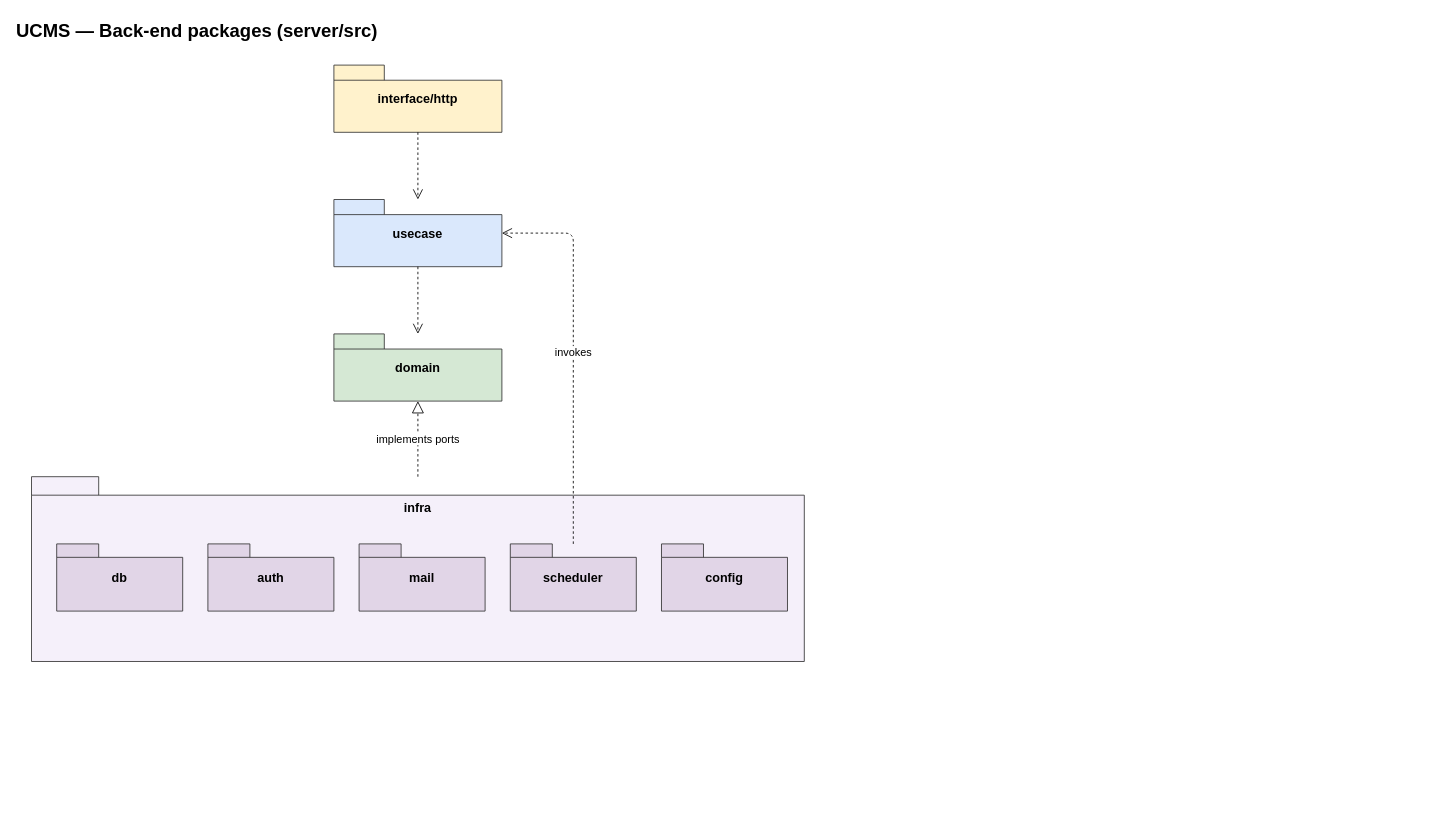
nvdekay/ClubManagementSystem keeps this draw.io diagram as page "Back-end packages" (2 of 2) of docs/03-diagrams/UCMS_Package_Diagrams.drawio. Above is the earlier version. Source tidied: cells renumbered, new cells numbered last; positions are measured from the earlier drawing's top-left corner, leaving out a move shared by most shapes. Both pictures are drawn from the tidied source at 84%, with x=0, y=0 at pixel (14, 14).
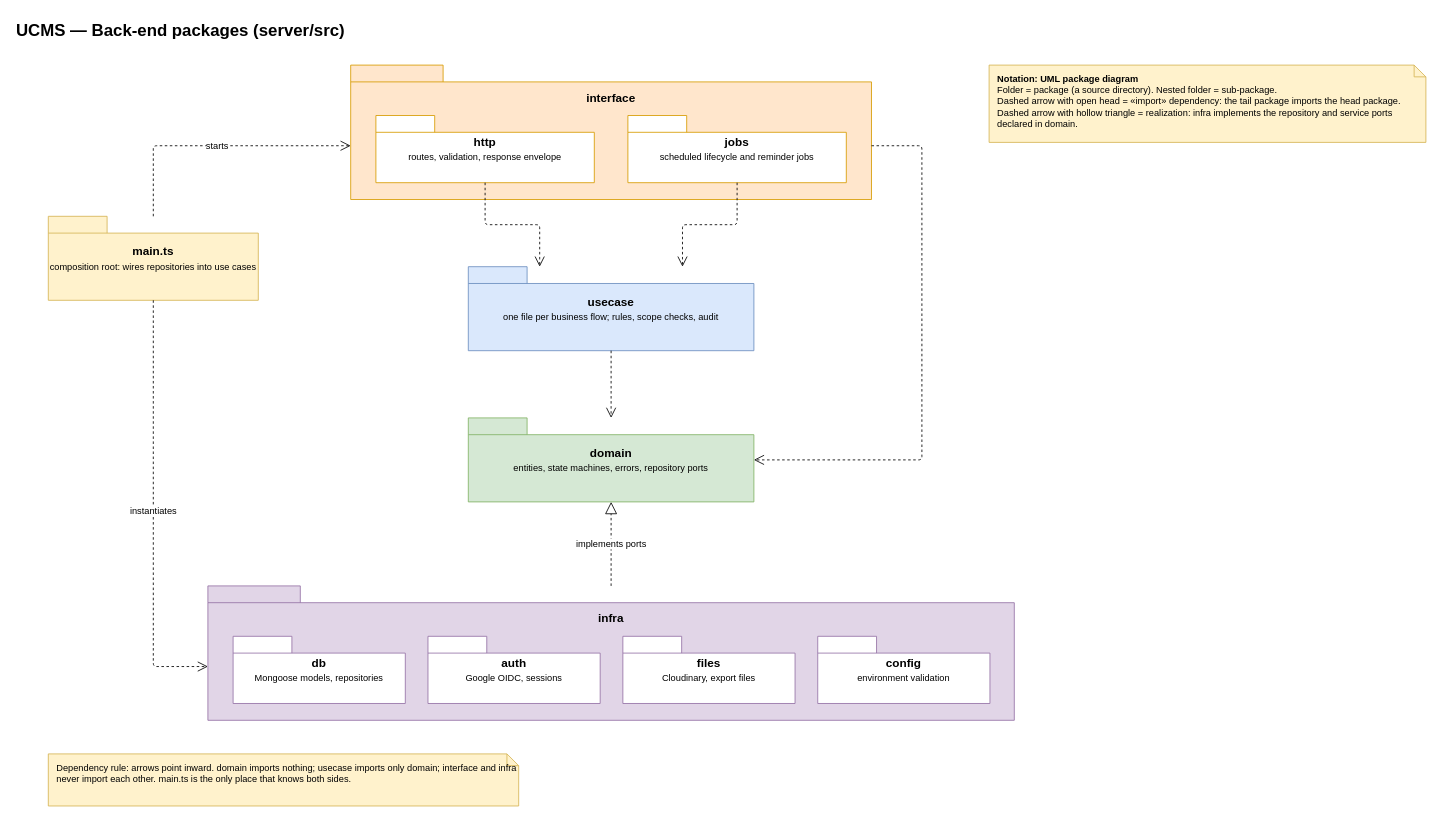
Above is the later version.

What changed in the source:
```diff
@@
-    <mxCell id="2" value="UCMS — Back-end packages (server/src)" style="text;html=1;fontSize=22;fontStyle=1;align=left;verticalAlign=middle;" parent="1" vertex="1">
-      <mxGeometry width="600" height="40" as="geometry" />
+    <mxCell id="2" value="UCMS — Back-end packages (server/src)" style="text;html=1;strokeColor=none;fillColor=none;align=left;verticalAlign=middle;fontSize=20;fontStyle=1;" parent="1" vertex="1">
+      <mxGeometry width="900" height="36" as="geometry" />
     </mxCell>
-    <mxCell id="3" value="interface/http" style="shape=folder;tabWidth=60;tabHeight=18;tabPosition=left;html=1;whiteSpace=wrap;fontSize=15;fontStyle=1;fillColor=#fff2cc;strokeColor=#333333;" parent="1" vertex="1">
-      <mxGeometry x="380" y="60" width="200" height="80" as="geometry" />
-    </mxCell>
-    <mxCell id="4" value="usecase" style="shape=folder;tabWidth=60;tabHeight=18;tabPosition=left;html=1;whiteSpace=wrap;fontSize=15;fontStyle=1;fillColor=#dae8fc;strokeColor=#333333;" parent="1" vertex="1">
-      <mxGeometry x="380" y="220" width="200" height="80" as="geometry" />
-    </mxCell>
-    <mxCell id="5" value="domain" style="shape=folder;tabWidth=60;tabHeight=18;tabPosition=left;html=1;whiteSpace=wrap;fontSize=15;fontStyle=1;fillColor=#d5e8d4;strokeColor=#333333;" parent="1" vertex="1">
-      <mxGeometry x="380" y="380" width="200" height="80" as="geometry" />
-    </mxCell>
+    <mxCell id="16" value="main.ts&lt;br&gt;&lt;span style=&quot;font-weight:normal;font-size:11px&quot;&gt;composition root: wires repositories into use cases&lt;/span&gt;" style="shape=folder;tabWidth=70;tabHeight=20;tabPosition=left;whiteSpace=wrap;html=1;fontStyle=1;fontSize=14;fillColor=#fff2cc;strokeColor=#d6b656;" parent="1" vertex="1">
+      <mxGeometry x="40" y="240" width="250" height="100" as="geometry" />
+    </mxCell>
+    <mxCell id="17" value="interface" style="shape=folder;tabWidth=110;tabHeight=20;tabPosition=left;whiteSpace=wrap;html=1;fontStyle=1;fontSize=14;fillColor=#ffe6cc;strokeColor=#d79b00;verticalAlign=top;spacingTop=24;" parent="1" vertex="1">
+      <mxGeometry x="400" y="60" width="620" height="160" as="geometry" />
+    </mxCell>
+    <mxCell id="18" value="http&lt;br&gt;&lt;span style=&quot;font-weight:normal;font-size:11px&quot;&gt;routes, validation, response envelope&lt;/span&gt;" style="shape=folder;tabWidth=70;tabHeight=20;tabPosition=left;whiteSpace=wrap;html=1;fontStyle=1;fontSize=14;fillColor=#ffffff;strokeColor=#d79b00;" parent="1" vertex="1">
+      <mxGeometry x="430" y="120" width="260" height="80" as="geometry" />
+    </mxCell>
+    <mxCell id="19" value="jobs&lt;br&gt;&lt;span style=&quot;font-weight:normal;font-size:11px&quot;&gt;scheduled lifecycle and reminder jobs&lt;/span&gt;" style="shape=folder;tabWidth=70;tabHeight=20;tabPosition=left;whiteSpace=wrap;html=1;fontStyle=1;fontSize=14;fillColor=#ffffff;strokeColor=#d79b00;" parent="1" vertex="1">
+      <mxGeometry x="730" y="120" width="260" height="80" as="geometry" />
+    </mxCell>
+    <mxCell id="20" value="usecase&lt;br&gt;&lt;span style=&quot;font-weight:normal;font-size:11px&quot;&gt;one file per business flow; rules, scope checks, audit&lt;/span&gt;" style="shape=folder;tabWidth=70;tabHeight=20;tabPosition=left;whiteSpace=wrap;html=1;fontStyle=1;fontSize=14;fillColor=#dae8fc;strokeColor=#6c8ebf;" parent="1" vertex="1">
+      <mxGeometry x="540" y="300" width="340" height="100" as="geometry" />
+    </mxCell>
+    <mxCell id="21" value="domain&lt;br&gt;&lt;span style=&quot;font-weight:normal;font-size:11px&quot;&gt;entities, state machines, errors, repository ports&lt;/span&gt;" style="shape=folder;tabWidth=70;tabHeight=20;tabPosition=left;whiteSpace=wrap;html=1;fontStyle=1;fontSize=14;fillColor=#d5e8d4;strokeColor=#82b366;" parent="1" vertex="1">
+      <mxGeometry x="540" y="480" width="340" height="100" as="geometry" />
+    </mxCell>
-    <mxCell id="6" value="infra" style="shape=folder;tabWidth=80;tabHeight=22;tabPosition=left;html=1;whiteSpace=wrap;fontSize=15;fontStyle=1;verticalAlign=top;spacingTop=22;fillColor=#f5f0fa;strokeColor=#333333;" parent="1" vertex="1">
-      <mxGeometry x="20" y="550" width="920" height="220" as="geometry" />
+    <mxCell id="6" value="infra" style="shape=folder;tabWidth=110;tabHeight=20;tabPosition=left;whiteSpace=wrap;html=1;fontStyle=1;fontSize=14;fillColor=#e1d5e7;strokeColor=#9673a6;verticalAlign=top;spacingTop=24;" parent="1" vertex="1">
+      <mxGeometry x="230" y="680" width="960" height="160" as="geometry" />
     </mxCell>
-    <mxCell id="7" value="db" style="shape=folder;tabWidth=50;tabHeight=16;tabPosition=left;html=1;whiteSpace=wrap;fontSize=15;fontStyle=1;fillColor=#e1d5e7;strokeColor=#333333;" parent="1" vertex="1">
-      <mxGeometry x="50" y="630" width="150" height="80" as="geometry" />
-    </mxCell>
-    <mxCell id="8" value="auth" style="shape=folder;tabWidth=50;tabHeight=16;tabPosition=left;html=1;whiteSpace=wrap;fontSize=15;fontStyle=1;fillColor=#e1d5e7;strokeColor=#333333;" parent="1" vertex="1">
-      <mxGeometry x="230" y="630" width="150" height="80" as="geometry" />
-    </mxCell>
-    <mxCell id="9" value="mail" style="shape=folder;tabWidth=50;tabHeight=16;tabPosition=left;html=1;whiteSpace=wrap;fontSize=15;fontStyle=1;fillColor=#e1d5e7;strokeColor=#333333;" parent="1" vertex="1">
-      <mxGeometry x="410" y="630" width="150" height="80" as="geometry" />
-    </mxCell>
-    <mxCell id="10" value="scheduler" style="shape=folder;tabWidth=50;tabHeight=16;tabPosition=left;html=1;whiteSpace=wrap;fontSize=15;fontStyle=1;fillColor=#e1d5e7;strokeColor=#333333;" parent="1" vertex="1">
-      <mxGeometry x="590" y="630" width="150" height="80" as="geometry" />
-    </mxCell>
-    <mxCell id="11" value="config" style="shape=folder;tabWidth=50;tabHeight=16;tabPosition=left;html=1;whiteSpace=wrap;fontSize=15;fontStyle=1;fillColor=#e1d5e7;strokeColor=#333333;" parent="1" vertex="1">
-      <mxGeometry x="770" y="630" width="150" height="80" as="geometry" />
-    </mxCell>
-    <mxCell id="12" style="dashed=1;endArrow=open;endSize=10;html=1;" parent="1" edge="1" source="3" target="4">
-      <mxGeometry relative="1" as="geometry" />
-    </mxCell>
-    <mxCell id="13" style="dashed=1;endArrow=open;endSize=10;html=1;" parent="1" edge="1" source="4" target="5">
-      <mxGeometry relative="1" as="geometry" />
-    </mxCell>
+    <mxCell id="22" value="db&lt;br&gt;&lt;span style=&quot;font-weight:normal;font-size:11px&quot;&gt;Mongoose models, repositories&lt;/span&gt;" style="shape=folder;tabWidth=70;tabHeight=20;tabPosition=left;whiteSpace=wrap;html=1;fontStyle=1;fontSize=14;fillColor=#ffffff;strokeColor=#9673a6;" parent="1" vertex="1">
+      <mxGeometry x="260" y="740" width="205" height="80" as="geometry" />
+    </mxCell>
+    <mxCell id="23" value="auth&lt;br&gt;&lt;span style=&quot;font-weight:normal;font-size:11px&quot;&gt;Google OIDC, sessions&lt;/span&gt;" style="shape=folder;tabWidth=70;tabHeight=20;tabPosition=left;whiteSpace=wrap;html=1;fontStyle=1;fontSize=14;fillColor=#ffffff;strokeColor=#9673a6;" parent="1" vertex="1">
+      <mxGeometry x="492" y="740" width="205" height="80" as="geometry" />
+    </mxCell>
+    <mxCell id="24" value="files&lt;br&gt;&lt;span style=&quot;font-weight:normal;font-size:11px&quot;&gt;Cloudinary, export files&lt;/span&gt;" style="shape=folder;tabWidth=70;tabHeight=20;tabPosition=left;whiteSpace=wrap;html=1;fontStyle=1;fontSize=14;fillColor=#ffffff;strokeColor=#9673a6;" parent="1" vertex="1">
+      <mxGeometry x="724" y="740" width="205" height="80" as="geometry" />
+    </mxCell>
+    <mxCell id="25" value="config&lt;br&gt;&lt;span style=&quot;font-weight:normal;font-size:11px&quot;&gt;environment validation&lt;/span&gt;" style="shape=folder;tabWidth=70;tabHeight=20;tabPosition=left;whiteSpace=wrap;html=1;fontStyle=1;fontSize=14;fillColor=#ffffff;strokeColor=#9673a6;" parent="1" vertex="1">
+      <mxGeometry x="956" y="740" width="205" height="80" as="geometry" />
+    </mxCell>
+    <mxCell id="26" style="html=1;rounded=1;arcSize=8;fontSize=11;labelBackgroundColor=#ffffff;dashed=1;endArrow=open;endSize=10;edgeStyle=orthogonalEdgeStyle;exitX=0.5;exitY=1;entryX=0.25;entryY=0;" parent="1" edge="1" source="18" target="20">
+      <mxGeometry relative="1" as="geometry" />
+    </mxCell>
+    <mxCell id="27" style="html=1;rounded=1;arcSize=8;fontSize=11;labelBackgroundColor=#ffffff;dashed=1;endArrow=open;endSize=10;edgeStyle=orthogonalEdgeStyle;exitX=0.5;exitY=1;entryX=0.75;entryY=0;" parent="1" edge="1" source="19" target="20">
+      <mxGeometry relative="1" as="geometry" />
+    </mxCell>
+    <mxCell id="28" style="html=1;rounded=1;arcSize=8;fontSize=11;labelBackgroundColor=#ffffff;dashed=1;endArrow=open;endSize=10;edgeStyle=orthogonalEdgeStyle;exitX=0.5;exitY=1;entryX=0.5;entryY=0;" parent="1" edge="1" source="20" target="21">
+      <mxGeometry relative="1" as="geometry" />
+    </mxCell>
-    <mxCell id="14" value="implements ports" style="dashed=1;endArrow=block;endFill=0;endSize=12;html=1;fontSize=13;labelBackgroundColor=#ffffff;" parent="1" edge="1" source="6" target="5">
+    <mxCell id="14" value="implements ports" style="html=1;rounded=1;arcSize=8;fontSize=11;labelBackgroundColor=#ffffff;dashed=1;endArrow=block;endFill=0;endSize=12;edgeStyle=orthogonalEdgeStyle;exitX=0.5;exitY=0;entryX=0.5;entryY=1;" parent="1" edge="1" source="6" target="21">
       <mxGeometry relative="1" as="geometry" />
     </mxCell>
-    <mxCell id="15" value="invokes" style="dashed=1;endArrow=open;endSize=10;html=1;fontSize=13;labelBackgroundColor=#ffffff;edgeStyle=orthogonalEdgeStyle;" parent="1" edge="1" source="10" target="4">
-      <mxGeometry relative="1" as="geometry">
-        <Array as="points">
-          <mxPoint x="665" y="260" />
-        </Array>
-      </mxGeometry>
-    </mxCell>
+    <mxCell id="29" style="html=1;rounded=1;arcSize=8;fontSize=11;labelBackgroundColor=#ffffff;dashed=1;endArrow=open;endSize=10;edgeStyle=orthogonalEdgeStyle;exitX=1;exitY=0.6;entryX=1;entryY=0.5;" parent="1" edge="1" source="17" target="21">
+      <mxGeometry relative="1" as="geometry">
+        <Array as="points">
+          <mxPoint x="1080" y="156" />
+          <mxPoint x="1080" y="530" />
+        </Array>
+      </mxGeometry>
+    </mxCell>
+    <mxCell id="30" value="starts" style="html=1;rounded=1;arcSize=8;fontSize=11;labelBackgroundColor=#ffffff;dashed=1;endArrow=open;endSize=10;edgeStyle=orthogonalEdgeStyle;exitX=0.5;exitY=0;entryX=0;entryY=0.6;" parent="1" edge="1" source="16" target="17">
+      <mxGeometry relative="1" as="geometry">
+        <Array as="points">
+          <mxPoint x="165" y="156" />
+        </Array>
+      </mxGeometry>
+    </mxCell>
+    <mxCell id="31" value="instantiates" style="html=1;rounded=1;arcSize=8;fontSize=11;labelBackgroundColor=#ffffff;dashed=1;endArrow=open;endSize=10;edgeStyle=orthogonalEdgeStyle;exitX=0.5;exitY=1;entryX=0;entryY=0.6;" parent="1" edge="1" source="16" target="6">
+      <mxGeometry relative="1" as="geometry">
+        <Array as="points">
+          <mxPoint x="165" y="776" />
+        </Array>
+      </mxGeometry>
+    </mxCell>
+    <mxCell id="32" value="Dependency rule: arrows point inward. domain imports nothing; usecase imports only domain; interface and infra never import each other. main.ts is the only place that knows both sides." style="shape=note;size=14;whiteSpace=wrap;html=1;align=left;verticalAlign=top;spacingLeft=8;spacingTop=4;fontSize=11;fillColor=#fff2cc;strokeColor=#d6b656;" parent="1" vertex="1">
+      <mxGeometry x="40" y="880" width="560" height="62" as="geometry" />
+    </mxCell>
+    <mxCell id="33" value="&lt;b&gt;Notation: UML package diagram&lt;/b&gt;&lt;br&gt;Folder = package (a source directory). Nested folder = sub-package.&lt;br&gt;Dashed arrow with open head = «import» dependency: the tail package imports the head package.&lt;br&gt;Dashed arrow with hollow triangle = realization: infra implements the repository and service ports declared in domain." style="shape=note;size=14;whiteSpace=wrap;html=1;align=left;verticalAlign=top;spacingLeft=8;spacingTop=4;fontSize=11;fillColor=#fff2cc;strokeColor=#d6b656;" parent="1" vertex="1">
+      <mxGeometry x="1160" y="60" width="520" height="92" as="geometry" />
+    </mxCell>
```
